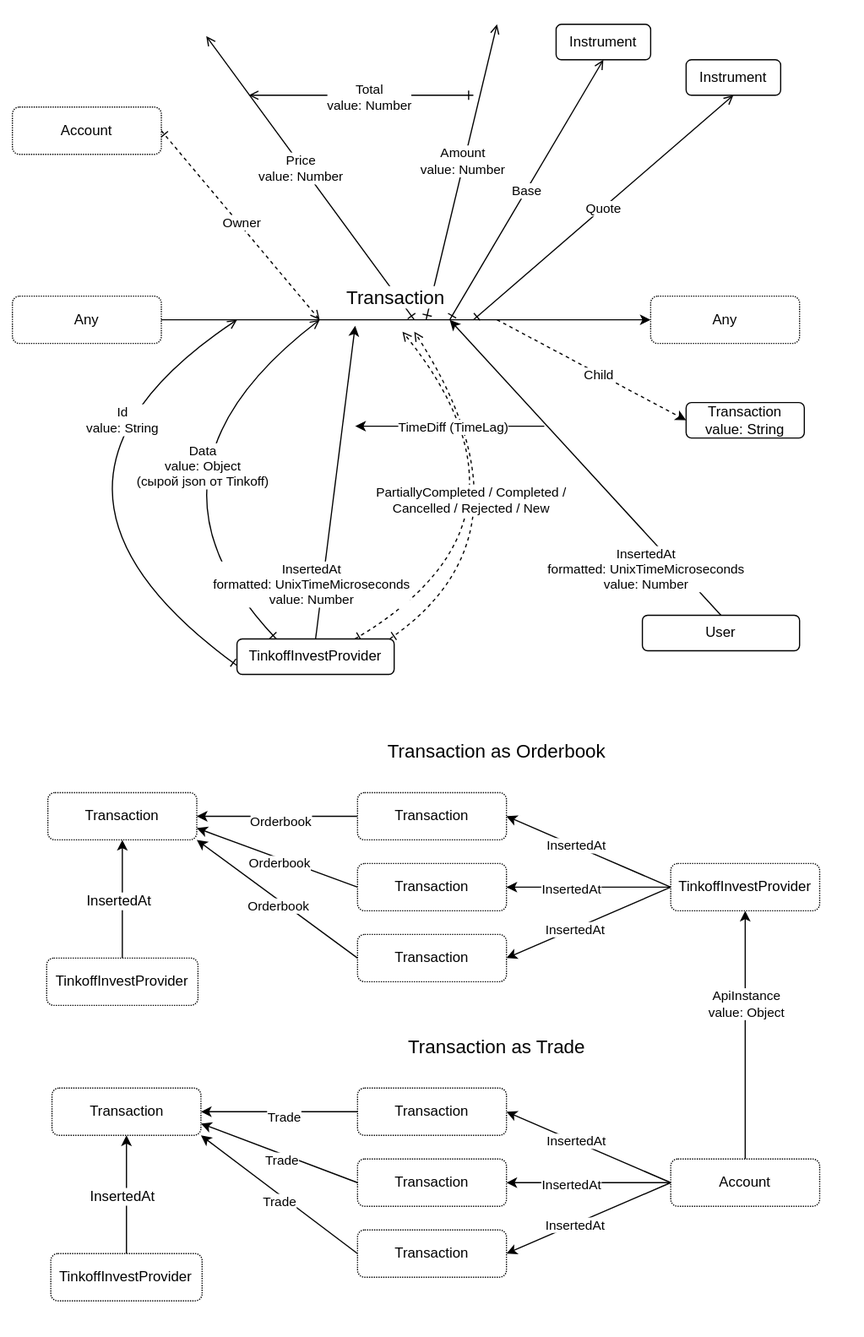
Earlier version of the draw.io export src/transaction/Transaction.drawio.svg (suenot/deep-profitmaker). Source tidied: cells renumbered, new cells last; positions are measured from the earlier drawing's top-left corner, leaving out a move shared by most shapes.
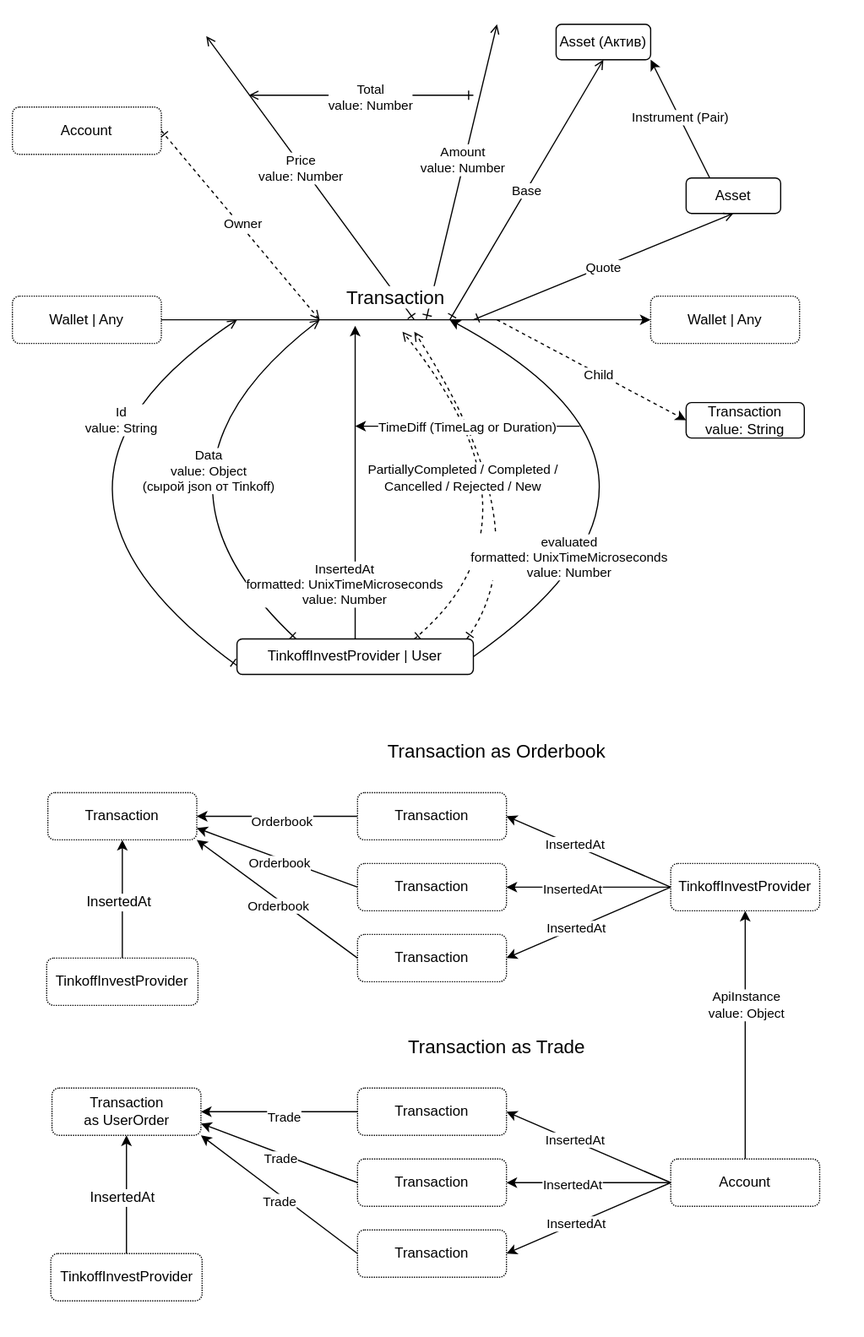
After the change.

The edit, as a diff of the source:
```diff
@@ -64,8 +64,16 @@
         <mxPoint x="60" y="-17" as="offset" />
       </mxGeometry>
     </mxCell>
+    <mxCell id="88" style="edgeStyle=none;html=1;exitX=0.25;exitY=0;exitDx=0;exitDy=0;entryX=1;entryY=1;entryDx=0;entryDy=0;" parent="1" edge="1" source="16" target="19">
+      <mxGeometry relative="1" as="geometry" />
+    </mxCell>
+    <mxCell id="89" value="Instrument (Pair)" style="edgeLabel;html=1;align=center;verticalAlign=middle;" parent="88" vertex="1">
+      <mxGeometry x="0.03" y="-1" relative="1" as="geometry">
+        <mxPoint x="-1" as="offset" />
+      </mxGeometry>
+    </mxCell>
-    <mxCell id="16" value="Instrument" style="rounded=1;whiteSpace=wrap;html=1;labelBackgroundColor=none;" parent="1" vertex="1">
-      <mxGeometry x="590" y="50" width="80" height="30" as="geometry" />
+    <mxCell id="16" value="Asset" style="rounded=1;whiteSpace=wrap;html=1;labelBackgroundColor=none;" parent="1" vertex="1">
+      <mxGeometry x="590" y="150" width="80" height="30" as="geometry" />
     </mxCell>
     <mxCell id="17" style="edgeStyle=none;html=1;startArrow=ERone;startFill=0;entryX=0.5;entryY=1;entryDx=0;entryDy=0;endArrow=open;endFill=0;strokeColor=#000000;" parent="1" edge="1" target="16">
       <mxGeometry relative="1" as="geometry">
@@ -75,7 +83,7 @@
     <mxCell id="18" value="Quote" style="edgeLabel;html=1;align=center;verticalAlign=middle;" parent="17" vertex="1">
       <mxGeometry relative="1" as="geometry" />
     </mxCell>
-    <mxCell id="19" value="Instrument" style="rounded=1;whiteSpace=wrap;html=1;labelBackgroundColor=none;" parent="1" vertex="1">
+    <mxCell id="19" value="Asset (Актив)" style="rounded=1;whiteSpace=wrap;html=1;labelBackgroundColor=none;" parent="1" vertex="1">
       <mxGeometry x="480" y="20" width="80" height="30" as="geometry" />
     </mxCell>
     <mxCell id="20" style="edgeStyle=none;html=1;startArrow=ERone;startFill=0;entryX=0.5;entryY=1;entryDx=0;entryDy=0;endArrow=open;endFill=0;strokeColor=#000000;" parent="1" edge="1" target="19">
@@ -112,8 +120,8 @@
         <mxPoint x="310" y="275" as="targetPoint" />
       </mxGeometry>
     </mxCell>
-    <mxCell id="26" value="TinkoffInvestProvider" style="rounded=1;whiteSpace=wrap;html=1;labelBackgroundColor=none;" parent="1" vertex="1">
-      <mxGeometry x="210" y="540" width="133" height="30" as="geometry" />
+    <mxCell id="26" value="TinkoffInvestProvider | User" style="rounded=1;whiteSpace=wrap;html=1;labelBackgroundColor=none;" parent="1" vertex="1">
+      <mxGeometry x="210" y="540" width="200" height="30" as="geometry" />
     </mxCell>
     <mxCell id="27" style="edgeStyle=none;html=1;exitX=1;exitY=0.5;exitDx=0;exitDy=0;strokeColor=#000000;" parent="1" edge="1" source="29">
       <mxGeometry relative="1" as="geometry">
@@ -125,28 +133,28 @@
         <mxPoint x="13" y="-20" as="offset" />
       </mxGeometry>
     </mxCell>
-    <mxCell id="29" value="Any" style="rounded=1;whiteSpace=wrap;html=1;labelBackgroundColor=none;dashed=1;dashPattern=1 1;" parent="1" vertex="1">
+    <mxCell id="29" value="Wallet | Any" style="rounded=1;whiteSpace=wrap;html=1;labelBackgroundColor=none;dashed=1;dashPattern=1 1;" parent="1" vertex="1">
       <mxGeometry x="20" y="250" width="126" height="40" as="geometry" />
     </mxCell>
-    <mxCell id="30" value="Any" style="rounded=1;whiteSpace=wrap;html=1;labelBackgroundColor=none;dashed=1;dashPattern=1 1;" parent="1" vertex="1">
+    <mxCell id="30" value="Wallet | Any" style="rounded=1;whiteSpace=wrap;html=1;labelBackgroundColor=none;dashed=1;dashPattern=1 1;" parent="1" vertex="1">
       <mxGeometry x="560" y="250" width="126" height="40" as="geometry" />
     </mxCell>
-    <mxCell id="31" value="InsertedAt&lt;br&gt;formatted: UnixTimeMicroseconds&amp;nbsp;&lt;br&gt;value: Number" style="edgeStyle=none;html=1;exitX=0.5;exitY=0;exitDx=0;exitDy=0;" parent="1" edge="1" source="32">
+    <mxCell id="31" value="evaluated&lt;br&gt;formatted: UnixTimeMicroseconds&amp;nbsp;&lt;br&gt;value: Number" style="edgeStyle=none;html=1;exitX=1;exitY=0.5;exitDx=0;exitDy=0;curved=1;" parent="1" edge="1" source="26">
       <mxGeometry x="-0.58" y="21" relative="1" as="geometry">
         <mxPoint x="390" y="270" as="targetPoint" />
+        <Array as="points">
+          <mxPoint x="630" y="400" />
+        </Array>
         <mxPoint y="-1" as="offset" />
       </mxGeometry>
     </mxCell>
-    <mxCell id="32" value="User" style="rounded=1;whiteSpace=wrap;html=1;labelBackgroundColor=none;" parent="1" vertex="1">
-      <mxGeometry x="553" y="520" width="133" height="30" as="geometry" />
-    </mxCell>
     <mxCell id="33" style="edgeStyle=none;html=1;strokeColor=#000000;" parent="1" edge="1">
       <mxGeometry relative="1" as="geometry">
-        <mxPoint x="470" y="360" as="sourcePoint" />
+        <mxPoint x="500" y="360" as="sourcePoint" />
         <mxPoint x="310" y="360" as="targetPoint" />
       </mxGeometry>
     </mxCell>
-    <mxCell id="34" value="TimeDiff (TimeLag)" style="edgeLabel;html=1;align=center;verticalAlign=middle;fontSize=11;" parent="33" vertex="1">
+    <mxCell id="34" value="TimeDiff (TimeLag or Duration)" style="edgeLabel;html=1;align=center;verticalAlign=middle;fontSize=11;" parent="33" vertex="1">
       <mxGeometry x="0.24" relative="1" as="geometry">
         <mxPoint x="22" as="offset" />
       </mxGeometry>
@@ -210,7 +218,7 @@
     <mxCell id="51" value="Trade" style="edgeLabel;html=1;align=center;verticalAlign=middle;fontSize=11;" parent="49" vertex="1">
       <mxGeometry x="-0.04" y="4" relative="1" as="geometry" />
     </mxCell>
-    <mxCell id="52" value="Transaction" style="rounded=1;whiteSpace=wrap;html=1;labelBackgroundColor=none;dashed=1;dashPattern=1 1;" parent="1" vertex="1">
+    <mxCell id="52" value="Transaction&lt;br&gt;as UserOrder" style="rounded=1;whiteSpace=wrap;html=1;labelBackgroundColor=none;dashed=1;dashPattern=1 1;" parent="1" vertex="1">
       <mxGeometry x="53.5" y="920" width="126" height="40" as="geometry" />
     </mxCell>
     <mxCell id="53" value="Transaction" style="rounded=1;whiteSpace=wrap;html=1;labelBackgroundColor=none;dashed=1;dashPattern=1 1;" parent="1" vertex="1">
```
